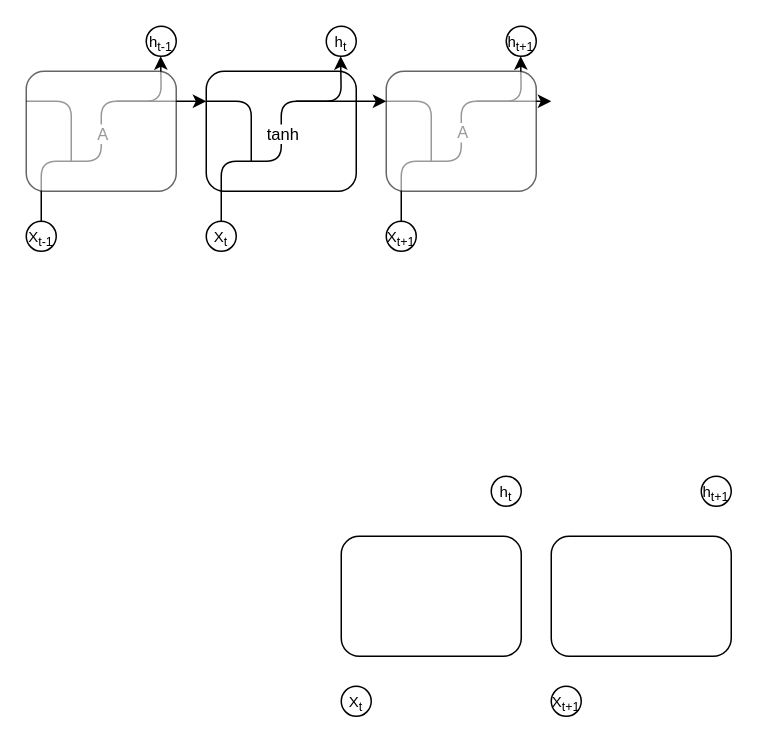
The draw.io diagram RNN.drawio in Adam-01/diagrams, before the edit. Source tidied: cells renumbered, new cells numbered last; positions are measured from the earlier drawing's top-left corner, leaving out a move shared by most shapes. Both pictures are drawn from the tidied source at 150%, with x=0, y=0 at pixel (26, 26).
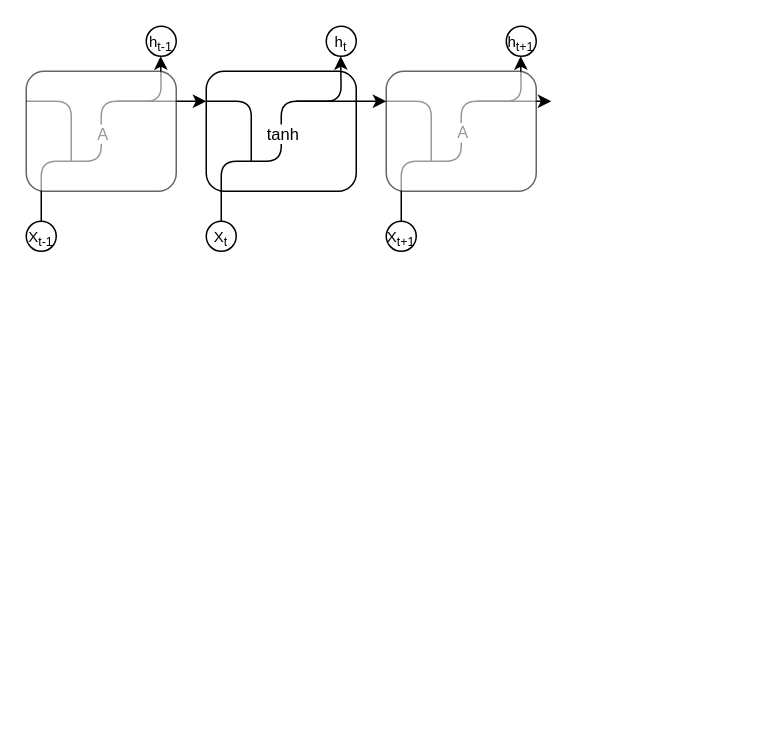
After the change.

What changed in the source:
```diff
@@
-    <mxCell id="2" style="rounded=1;whiteSpace=wrap;html=1;fillColor=none;" parent="1" vertex="1">
-      <mxGeometry x="210" y="340" width="120" height="80" as="geometry" />
-    </mxCell>
-    <mxCell id="3" style="rounded=1;whiteSpace=wrap;html=1;fillColor=none;" parent="1" vertex="1">
-      <mxGeometry x="350" y="340" width="120" height="80" as="geometry" />
-    </mxCell>
@@
-    <mxCell id="8" value="&lt;font style=&quot;font-size: 10px;&quot;&gt;h&lt;sub&gt;t&lt;/sub&gt;&lt;/font&gt;" style="ellipse;whiteSpace=wrap;html=1;" parent="1" vertex="1">
-      <mxGeometry x="310" y="300" width="20" height="20" as="geometry" />
-    </mxCell>
-    <mxCell id="9" value="&lt;font style=&quot;font-size: 10px;&quot;&gt;X&lt;sub&gt;t&lt;/sub&gt;&lt;/font&gt;" style="ellipse;whiteSpace=wrap;html=1;" parent="1" vertex="1">
-      <mxGeometry x="210" y="440" width="20" height="20" as="geometry" />
-    </mxCell>
-    <mxCell id="10" value="&lt;font style=&quot;font-size: 10px;&quot;&gt;X&lt;sub&gt;t+1&lt;/sub&gt;&lt;/font&gt;" style="ellipse;whiteSpace=wrap;html=1;" parent="1" vertex="1">
-      <mxGeometry x="350" y="440" width="20" height="20" as="geometry" />
-    </mxCell>
-    <mxCell id="11" value="&lt;font style=&quot;font-size: 10px;&quot;&gt;h&lt;sub&gt;t+1&lt;/sub&gt;&lt;/font&gt;" style="ellipse;whiteSpace=wrap;html=1;" parent="1" vertex="1">
-      <mxGeometry x="450" y="300" width="20" height="20" as="geometry" />
-    </mxCell>
```
